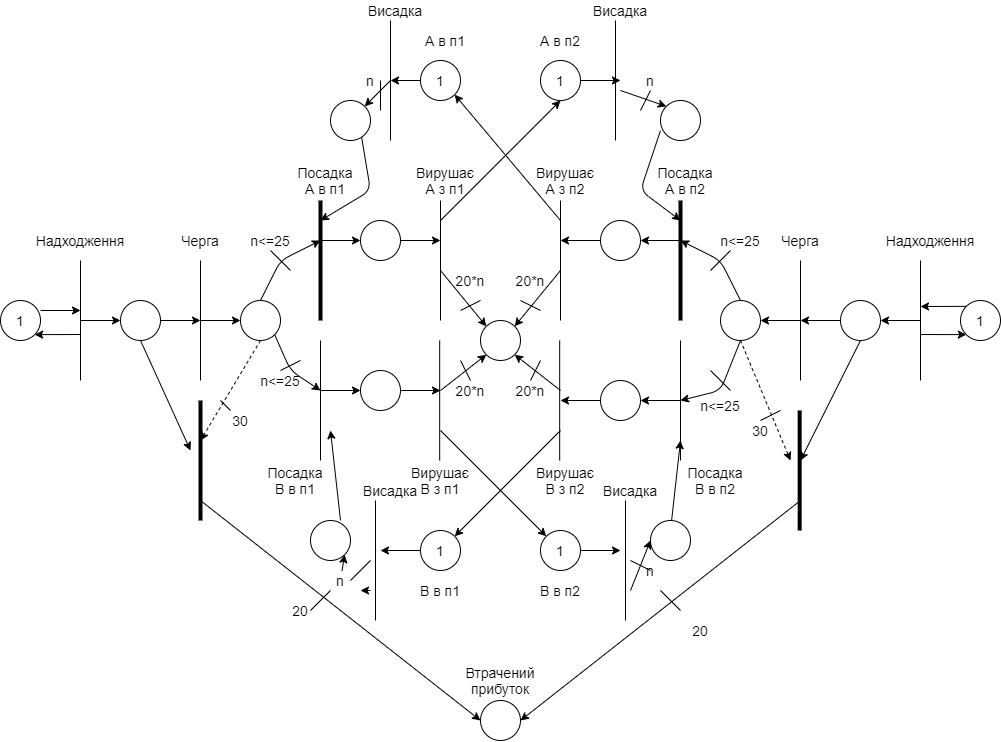
Earlier version of the draw.io export MSlab6/микроавтобусы.png (ojdmytruk/SystemModeling_sem7). Source tidied: cells renumbered, new cells last; positions are measured from the earlier drawing's top-left corner, leaving out a move shared by most shapes.
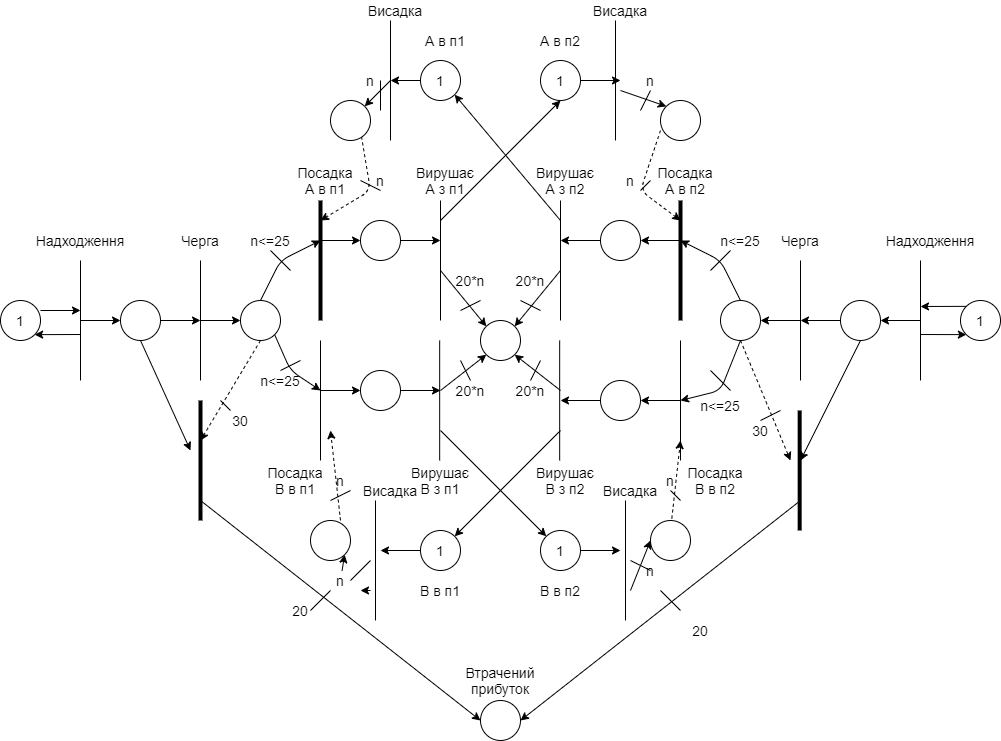
After the change.

Diff of the diagram source:
```diff
@@ -535,7 +535,7 @@
         <mxPoint x="390" y="80" as="targetPoint" />
       </mxGeometry>
     </mxCell>
-    <mxCell id="118" style="endArrow=classic;html=1;strokeWidth=1;" parent="1" edge="1">
+    <mxCell id="118" style="endArrow=classic;html=1;strokeWidth=1;dashed=1;" parent="1" edge="1">
       <mxGeometry relative="1" as="geometry">
         <mxPoint x="360" y="130" as="sourcePoint" />
         <mxPoint x="320" y="220" as="targetPoint" />
@@ -549,7 +549,7 @@
         <mxPoint x="620" y="80" as="targetPoint" />
       </mxGeometry>
     </mxCell>
-    <mxCell id="120" style="endArrow=classic;html=1;strokeWidth=1;" parent="1" edge="1">
+    <mxCell id="120" style="endArrow=classic;html=1;strokeWidth=1;dashed=1;" parent="1" edge="1">
       <mxGeometry relative="1" as="geometry">
         <mxPoint x="660" y="130" as="sourcePoint" />
         <mxPoint x="680" y="220" as="targetPoint" />
@@ -563,7 +563,7 @@
         <mxPoint x="380" y="550" as="targetPoint" />
       </mxGeometry>
     </mxCell>
-    <mxCell id="122" style="endArrow=classic;html=1;strokeWidth=1;" parent="1" edge="1">
+    <mxCell id="122" style="endArrow=classic;html=1;strokeWidth=1;dashed=1;" parent="1" edge="1">
       <mxGeometry relative="1" as="geometry">
         <mxPoint x="340" y="520" as="sourcePoint" />
         <mxPoint x="330" y="430" as="targetPoint" />
@@ -574,7 +574,7 @@
         <mxPoint x="620" y="550" as="targetPoint" />
       </mxGeometry>
     </mxCell>
-    <mxCell id="124" style="endArrow=classic;html=1;strokeWidth=1;" parent="1" edge="1">
+    <mxCell id="124" style="endArrow=classic;html=1;strokeWidth=1;dashed=1;" parent="1" edge="1">
       <mxGeometry relative="1" as="geometry">
         <mxPoint x="670" y="530" as="sourcePoint" />
         <mxPoint x="680" y="440" as="targetPoint" />
@@ -651,5 +651,41 @@
     <mxCell id="141" value="&lt;span style=&quot;font-size: 14px&quot;&gt;n&lt;/span&gt;" style="text;html=1;strokeColor=none;fillColor=none;align=center;verticalAlign=middle;whiteSpace=wrap;rounded=0;" parent="1" vertex="1">
       <mxGeometry x="630" y="560" width="40" height="20" as="geometry" />
     </mxCell>
+    <mxCell id="142" style="endArrow=none;html=1;" parent="1" edge="1">
+      <mxGeometry relative="1" as="geometry">
+        <mxPoint x="360" y="180" as="sourcePoint" />
+        <mxPoint x="380" y="190" as="targetPoint" />
+      </mxGeometry>
+    </mxCell>
+    <mxCell id="143" style="endArrow=none;html=1;" parent="1" edge="1">
+      <mxGeometry relative="1" as="geometry">
+        <mxPoint x="640" y="190" as="sourcePoint" />
+        <mxPoint x="650" y="180" as="targetPoint" />
+      </mxGeometry>
+    </mxCell>
+    <mxCell id="144" style="endArrow=none;html=1;" parent="1" edge="1">
+      <mxGeometry relative="1" as="geometry">
+        <mxPoint x="330" y="500" as="sourcePoint" />
+        <mxPoint x="350" y="490" as="targetPoint" />
+      </mxGeometry>
+    </mxCell>
+    <mxCell id="145" style="endArrow=none;html=1;" parent="1" edge="1">
+      <mxGeometry relative="1" as="geometry">
+        <mxPoint x="680" y="500" as="sourcePoint" />
+        <mxPoint x="670" y="490" as="targetPoint" />
+      </mxGeometry>
+    </mxCell>
+    <mxCell id="146" value="&lt;span style=&quot;font-size: 14px&quot;&gt;n&lt;/span&gt;" style="text;html=1;strokeColor=none;fillColor=none;align=center;verticalAlign=middle;whiteSpace=wrap;rounded=0;" parent="1" vertex="1">
+      <mxGeometry x="320" y="470" width="40" height="20" as="geometry" />
+    </mxCell>
+    <mxCell id="147" value="&lt;span style=&quot;font-size: 14px&quot;&gt;n&lt;/span&gt;" style="text;html=1;strokeColor=none;fillColor=none;align=center;verticalAlign=middle;whiteSpace=wrap;rounded=0;" parent="1" vertex="1">
+      <mxGeometry x="650" y="470" width="40" height="20" as="geometry" />
+    </mxCell>
+    <mxCell id="148" value="&lt;span style=&quot;font-size: 14px&quot;&gt;n&lt;/span&gt;" style="text;html=1;strokeColor=none;fillColor=none;align=center;verticalAlign=middle;whiteSpace=wrap;rounded=0;" parent="1" vertex="1">
+      <mxGeometry x="360" y="170" width="40" height="20" as="geometry" />
+    </mxCell>
+    <mxCell id="149" value="&lt;span style=&quot;font-size: 14px&quot;&gt;n&lt;/span&gt;" style="text;html=1;strokeColor=none;fillColor=none;align=center;verticalAlign=middle;whiteSpace=wrap;rounded=0;" parent="1" vertex="1">
+      <mxGeometry x="610" y="170" width="40" height="20" as="geometry" />
+    </mxCell>
   </root>
 </mxGraphModel>
```
